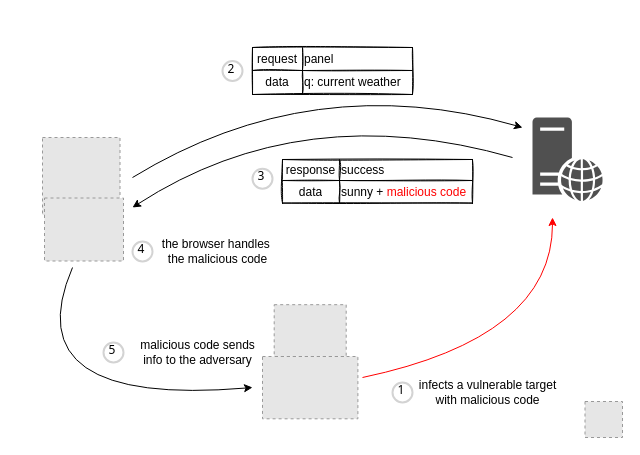
Above: stored-cross-site-scripting.drawio in qeeqbox/stored-cross-site-scripting (draw.io), before the change. Source tidied: cells renumbered, new cells numbered last; positions are measured from the earlier drawing's top-left corner, leaving out a move shared by most shapes. Both pictures are drawn from the tidied source at 100%, with x=0, y=0 at pixel (12, 17). Pictures stored in the file or linked from it are replaced by grey dashed boxes.
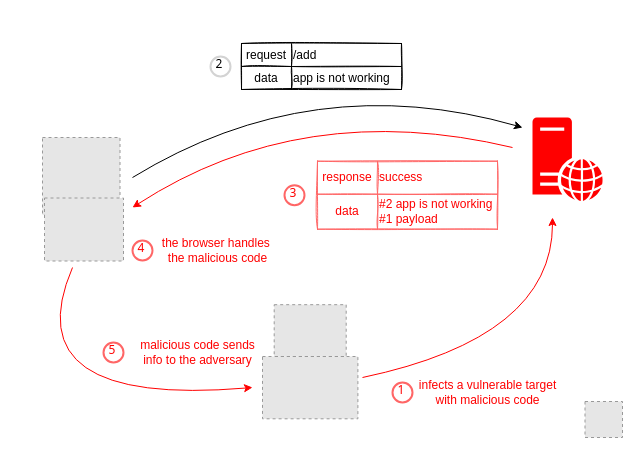
The same page after the edit.

The change refers to these unchanged cells:
```xml
<mxCell id="15" style="shape=tableRow;horizontal=0;startSize=0;swimlaneHead=0;swimlaneBody=0;top=0;left=0;bottom=0;right=0;fillColor=none;" parent="14" vertex="1">
  <mxGeometry width="160" height="23" as="geometry" />
</mxCell>
```

The edit, as a diff of the source:
```diff
@@
-    <mxCell id="6" style="sketch=0;shadow=0;dashed=0;html=1;strokeColor=none;fillColor=#505050;labelPosition=center;verticalLabelPosition=bottom;verticalAlign=top;align=center;shape=mxgraph.office.servers.web_server;" parent="1" vertex="1">
+    <mxCell id="6" style="sketch=0;shadow=0;dashed=0;html=1;strokeColor=none;fillColor=#FF0000;labelPosition=center;verticalLabelPosition=bottom;verticalAlign=top;align=center;shape=mxgraph.office.servers.web_server;" parent="1" vertex="1">
       <mxGeometry x="520" y="100" width="70.3" height="83.5" as="geometry" />
     </mxCell>
-    <mxCell id="7" style="curved=1;endArrow=none;html=1;startArrow=classic;startFill=1;endFill=0;strokeColor=#000000;" parent="1" edge="1">
+    <mxCell id="7" style="curved=1;endArrow=none;html=1;startArrow=classic;startFill=1;endFill=0;strokeColor=#000000;flowAnimation=1;flowAnimationDirection=reverse;" parent="1" edge="1">
       <mxGeometry relative="1" as="geometry">
         <mxPoint x="510" y="110" as="sourcePoint" />
         <mxPoint x="120" y="160" as="targetPoint" />
         <Array as="points">
           <mxPoint x="300" y="50" />
         </Array>
       </mxGeometry>
     </mxCell>
@@
-    <mxCell id="9" style="curved=1;endArrow=classic;html=1;strokeColor=#FF0000;" parent="1" edge="1">
+    <mxCell id="9" style="curved=1;endArrow=classic;html=1;strokeColor=#FF0000;flowAnimation=1;" parent="1" edge="1">
       <mxGeometry relative="1" as="geometry">
         <mxPoint x="350" y="360" as="sourcePoint" />
         <mxPoint x="540" y="200" as="targetPoint" />
         <Array as="points">
           <mxPoint x="540" y="320" />
         </Array>
       </mxGeometry>
     </mxCell>
-    <mxCell id="10" value="infects a vulnerable target &lt;br&gt;with malicious code" style="text;html=1;align=center;verticalAlign=middle;strokeColor=none;fillColor=none;" parent="1" vertex="1">
+    <mxCell id="10" value="infects a vulnerable target &lt;br&gt;with malicious code" style="text;html=1;align=center;verticalAlign=middle;strokeColor=none;fillColor=none;fontColor=#FF0000;" parent="1" vertex="1">
       <mxGeometry x="400" y="360" width="150" height="30" as="geometry" />
     </mxCell>
@@
     <mxCell id="14" style="shape=table;html=1;whiteSpace=wrap;startSize=0;childLayout=tableLayout;align=left;rounded=0;shadow=0;sketch=1;arcSize=0;" parent="1" vertex="1">
-      <mxGeometry x="240" y="30" width="160" height="47" as="geometry" />
+      <mxGeometry x="229" y="26" width="160" height="46" as="geometry" />
     </mxCell>
@@
-    <mxCell id="17" value="&lt;span style=&quot;text-align: center&quot;&gt;panel&lt;/span&gt;" style="shape=partialRectangle;html=1;whiteSpace=wrap;fillColor=none;top=0;left=0;bottom=0;right=0;overflow=hidden;align=left;" parent="15" vertex="1">
+    <mxCell id="17" value="&lt;div style=&quot;text-align: center;&quot;&gt;&lt;font style=&quot;color: rgb(0, 0, 0);&quot;&gt;&lt;span style=&quot;background-color: transparent;&quot;&gt;/add&lt;/span&gt;&lt;/font&gt;&lt;/div&gt;" style="shape=partialRectangle;html=1;whiteSpace=wrap;fillColor=none;top=0;left=0;bottom=0;right=0;overflow=hidden;align=left;" parent="15" vertex="1">
       <mxGeometry x="50" width="110" height="23" as="geometry" />
     </mxCell>
-    <mxCell id="18" style="shape=tableRow;horizontal=0;startSize=0;swimlaneHead=0;swimlaneBody=0;top=0;left=0;bottom=0;right=0;fillColor=none;" parent="14" vertex="1">
-      <mxGeometry y="23" width="160" height="24" as="geometry" />
-    </mxCell>
+    <mxCell id="37" style="shape=tableRow;horizontal=0;startSize=0;swimlaneHead=0;swimlaneBody=0;top=0;left=0;bottom=0;right=0;fillColor=none;" parent="14" vertex="1">
+      <mxGeometry y="23" width="160" height="23" as="geometry" />
+    </mxCell>
-    <mxCell id="19" value="data" style="shape=partialRectangle;html=1;whiteSpace=wrap;fillColor=none;top=0;left=0;bottom=0;right=0;overflow=hidden;" parent="18" vertex="1">
-      <mxGeometry width="50" height="24" as="geometry" />
+    <mxCell id="19" value="data" style="shape=partialRectangle;html=1;whiteSpace=wrap;fillColor=none;top=0;left=0;bottom=0;right=0;overflow=hidden;" parent="37" vertex="1">
+      <mxGeometry width="50" height="23" as="geometry" />
     </mxCell>
-    <mxCell id="20" value="q: current weather&lt;span&gt;&lt;br&gt;&lt;/span&gt;" style="shape=partialRectangle;html=1;whiteSpace=wrap;fillColor=none;top=0;left=0;bottom=0;right=0;overflow=hidden;align=left;" parent="18" vertex="1">
-      <mxGeometry x="50" width="110" height="24" as="geometry" />
-    </mxCell>
+    <mxCell id="38" value="app is not working" style="shape=partialRectangle;html=1;whiteSpace=wrap;fillColor=none;top=0;left=0;bottom=0;right=0;overflow=hidden;align=left;" parent="37" vertex="1">
+      <mxGeometry x="50" width="110" height="23" as="geometry" />
+    </mxCell>
-    <mxCell id="21" style="curved=1;endArrow=classic;html=1;startArrow=none;startFill=0;endFill=1;" parent="1" edge="1">
+    <mxCell id="21" style="curved=1;endArrow=classic;html=1;startArrow=none;startFill=0;endFill=1;strokeColor=#FF0000;flowAnimation=1;" parent="1" edge="1">
       <mxGeometry relative="1" as="geometry">
-        <mxPoint x="500" y="140" as="sourcePoint" />
+        <mxPoint x="500" y="130" as="sourcePoint" />
         <mxPoint x="120" y="190" as="targetPoint" />
         <Array as="points">
           <mxPoint x="290" y="80" />
         </Array>
       </mxGeometry>
     </mxCell>
-    <mxCell id="22" value="1" style="ellipse;whiteSpace=wrap;html=1;strokeWidth=2;fontFamily=Tahoma;spacingBottom=4;spacingRight=2;strokeColor=#d3d3d3;" parent="1" vertex="1">
+    <mxCell id="22" value="1" style="ellipse;whiteSpace=wrap;html=1;strokeWidth=2;fontFamily=Tahoma;spacingBottom=4;spacingRight=2;strokeColor=#FF6666;fontColor=#FF0000;" parent="1" vertex="1">
       <mxGeometry x="380" y="365" width="20" height="20" as="geometry" />
     </mxCell>
     <mxCell id="23" value="2" style="ellipse;whiteSpace=wrap;html=1;strokeWidth=2;fontFamily=Tahoma;spacingBottom=4;spacingRight=2;strokeColor=#d3d3d3;" parent="1" vertex="1">
-      <mxGeometry x="210" y="43.5" width="20" height="20" as="geometry" />
+      <mxGeometry x="198" y="39" width="20" height="20" as="geometry" />
     </mxCell>
-    <mxCell id="24" style="curved=1;endArrow=classic;html=1;startArrow=none;startFill=0;endFill=1;" parent="1" edge="1">
+    <mxCell id="24" style="curved=1;endArrow=classic;html=1;startArrow=none;startFill=0;endFill=1;strokeColor=#FF0000;flowAnimation=1;" parent="1" edge="1">
       <mxGeometry relative="1" as="geometry">
         <mxPoint x="60" y="250" as="sourcePoint" />
         <mxPoint x="240" y="370" as="targetPoint" />
         <Array as="points">
           <mxPoint y="390" />
         </Array>
       </mxGeometry>
     </mxCell>
-    <mxCell id="25" value="&lt;div&gt;the browser handles&amp;nbsp;&lt;/div&gt;&lt;div&gt;the malicious&amp;nbsp;&lt;span&gt;code&lt;/span&gt;&lt;/div&gt;" style="text;html=1;align=center;verticalAlign=middle;strokeColor=none;fillColor=none;" parent="1" vertex="1">
-      <mxGeometry x="140" y="219" width="130" height="30" as="geometry" />
+    <mxCell id="25" value="&lt;div&gt;the browser handles&amp;nbsp;&lt;/div&gt;&lt;div&gt;the malicious&amp;nbsp;&lt;span&gt;code&lt;/span&gt;&lt;/div&gt;" style="text;html=1;align=center;verticalAlign=middle;strokeColor=none;fillColor=none;fontColor=#FF0000;" parent="1" vertex="1">
+      <mxGeometry x="140" y="218" width="130" height="30" as="geometry" />
     </mxCell>
-    <mxCell id="26" value="4" style="ellipse;whiteSpace=wrap;html=1;strokeWidth=2;fontFamily=Tahoma;spacingBottom=4;spacingRight=2;strokeColor=#d3d3d3;" parent="1" vertex="1">
-      <mxGeometry x="120" y="224" width="20" height="20" as="geometry" />
+    <mxCell id="26" value="4" style="ellipse;whiteSpace=wrap;html=1;strokeWidth=2;fontFamily=Tahoma;spacingBottom=4;spacingRight=2;strokeColor=#FF6666;fontColor=#FF0000;" parent="1" vertex="1">
+      <mxGeometry x="120" y="223" width="20" height="20" as="geometry" />
     </mxCell>
-    <mxCell id="27" style="shape=table;html=1;whiteSpace=wrap;startSize=0;childLayout=tableLayout;align=left;rounded=0;shadow=0;sketch=1;arcSize=0;" parent="1" vertex="1">
-      <mxGeometry x="270" y="142" width="190" height="43.6" as="geometry" />
+    <mxCell id="27" style="shape=table;html=1;whiteSpace=wrap;startSize=0;childLayout=tableLayout;align=left;rounded=0;shadow=0;sketch=1;arcSize=0;strokeColor=#FF6666;fontColor=#FF0000;" parent="1" vertex="1">
+      <mxGeometry x="305" y="143.7" width="180" height="68" as="geometry" />
     </mxCell>
-    <mxCell id="28" style="shape=tableRow;horizontal=0;startSize=0;swimlaneHead=0;swimlaneBody=0;top=0;left=0;bottom=0;right=0;fillColor=none;" parent="27" vertex="1">
-      <mxGeometry width="190" height="21" as="geometry" />
+    <mxCell id="28" style="shape=tableRow;horizontal=0;startSize=0;swimlaneHead=0;swimlaneBody=0;top=0;left=0;bottom=0;right=0;fillColor=none;fontColor=#FF0000;" parent="27" vertex="1">
+      <mxGeometry width="180" height="33" as="geometry" />
     </mxCell>
-    <mxCell id="29" value="response" style="shape=partialRectangle;html=1;whiteSpace=wrap;fillColor=none;top=0;left=0;bottom=0;right=0;overflow=hidden;" parent="28" vertex="1">
-      <mxGeometry width="57" height="21" as="geometry" />
+    <mxCell id="29" value="response" style="shape=partialRectangle;html=1;whiteSpace=wrap;fillColor=none;top=0;left=0;bottom=0;right=0;overflow=hidden;fontColor=#FF0000;" parent="28" vertex="1">
+      <mxGeometry width="60" height="33" as="geometry" />
     </mxCell>
-    <mxCell id="30" value="&lt;span style=&quot;text-align: center&quot;&gt;success&lt;/span&gt;" style="shape=partialRectangle;html=1;whiteSpace=wrap;fillColor=none;top=0;left=0;bottom=0;right=0;overflow=hidden;align=left;" parent="28" vertex="1">
-      <mxGeometry x="57" width="133" height="21" as="geometry" />
+    <mxCell id="30" value="&lt;span style=&quot;text-align: center&quot;&gt;success&lt;/span&gt;" style="shape=partialRectangle;html=1;whiteSpace=wrap;fillColor=none;top=0;left=0;bottom=0;right=0;overflow=hidden;align=left;fontColor=#FF0000;" parent="28" vertex="1">
+      <mxGeometry x="60" width="120" height="33" as="geometry" />
     </mxCell>
-    <mxCell id="31" style="shape=tableRow;horizontal=0;startSize=0;swimlaneHead=0;swimlaneBody=0;top=0;left=0;bottom=0;right=0;fillColor=none;" parent="27" vertex="1">
-      <mxGeometry y="21" width="190" height="23" as="geometry" />
+    <mxCell id="31" style="shape=tableRow;horizontal=0;startSize=0;swimlaneHead=0;swimlaneBody=0;top=0;left=0;bottom=0;right=0;fillColor=none;fontColor=#FF0000;" parent="27" vertex="1">
+      <mxGeometry y="33" width="180" height="35" as="geometry" />
     </mxCell>
-    <mxCell id="32" value="data" style="shape=partialRectangle;html=1;whiteSpace=wrap;fillColor=none;top=0;left=0;bottom=0;right=0;overflow=hidden;" parent="31" vertex="1">
-      <mxGeometry width="57" height="23" as="geometry" />
+    <mxCell id="32" value="data" style="shape=partialRectangle;html=1;whiteSpace=wrap;fillColor=none;top=0;left=0;bottom=0;right=0;overflow=hidden;fontColor=#FF0000;" parent="31" vertex="1">
+      <mxGeometry width="60" height="35" as="geometry" />
     </mxCell>
-    <mxCell id="33" value="sunny +&amp;nbsp;&lt;font color=&quot;#ff0000&quot;&gt;&lt;span style=&quot;text-align: center&quot;&gt;malicious&amp;nbsp;&lt;/span&gt;&lt;span style=&quot;text-align: center&quot;&gt;code&lt;/span&gt;&lt;/font&gt;" style="shape=partialRectangle;html=1;whiteSpace=wrap;fillColor=none;top=0;left=0;bottom=0;right=0;overflow=hidden;align=left;" parent="31" vertex="1">
-      <mxGeometry x="57" width="133" height="23" as="geometry" />
+    <mxCell id="33" value="&lt;div&gt;#2 app is not working&lt;/div&gt;&lt;font&gt;&lt;div style=&quot;text-align: left;&quot;&gt;&lt;span style=&quot;background-color: transparent; text-align: center;&quot;&gt;&lt;font style=&quot;&quot;&gt;#1&amp;nbsp;&lt;/font&gt;&lt;font style=&quot;&quot;&gt;payload&lt;/font&gt;&lt;/span&gt;&lt;/div&gt;&lt;/font&gt;" style="shape=partialRectangle;html=1;whiteSpace=wrap;fillColor=none;top=0;left=0;bottom=0;right=0;overflow=hidden;align=left;fontColor=#FF0000;" parent="31" vertex="1">
+      <mxGeometry x="60" width="120" height="35" as="geometry" />
     </mxCell>
-    <mxCell id="34" value="malicious code sends &lt;br&gt;info to the adversary" style="text;html=1;align=center;verticalAlign=middle;strokeColor=none;fillColor=none;" parent="1" vertex="1">
+    <mxCell id="34" value="malicious code sends &lt;br&gt;info to the adversary" style="text;html=1;align=center;verticalAlign=middle;strokeColor=none;fillColor=none;fontColor=#FF0000;" parent="1" vertex="1">
       <mxGeometry x="120" y="320" width="130" height="30" as="geometry" />
     </mxCell>
-    <mxCell id="35" value="5" style="ellipse;whiteSpace=wrap;html=1;strokeWidth=2;fontFamily=Tahoma;spacingBottom=4;spacingRight=2;strokeColor=#d3d3d3;" parent="1" vertex="1">
+    <mxCell id="35" value="5" style="ellipse;whiteSpace=wrap;html=1;strokeWidth=2;fontFamily=Tahoma;spacingBottom=4;spacingRight=2;strokeColor=#FF6666;fontColor=#FF0000;" parent="1" vertex="1">
       <mxGeometry x="91" y="325" width="20" height="20" as="geometry" />
     </mxCell>
-    <mxCell id="36" value="3" style="ellipse;whiteSpace=wrap;html=1;strokeWidth=2;fontFamily=Tahoma;spacingBottom=4;spacingRight=2;strokeColor=#d3d3d3;" parent="1" vertex="1">
-      <mxGeometry x="240" y="151.2" width="20" height="20" as="geometry" />
+    <mxCell id="36" value="3" style="ellipse;whiteSpace=wrap;html=1;strokeWidth=2;fontFamily=Tahoma;spacingBottom=4;spacingRight=2;strokeColor=#FF6666;fontColor=#FF0000;" parent="1" vertex="1">
+      <mxGeometry x="272" y="167.7" width="20" height="20" as="geometry" />
     </mxCell>
```
